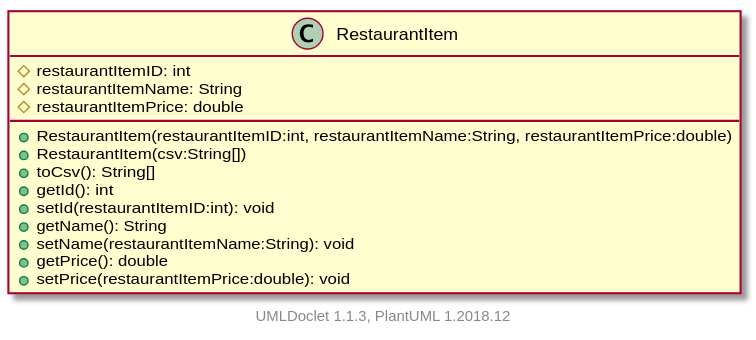
itachi1706/How-to-use-Git-NTUSCSE1819-Site keeps this PlantUML diagram as projects/oodp/html/umlversion/uml/sg.edu.ntu.scse.cz2002.objects.restaurantItem.RestaurantItem.svg. Above is the earlier version.
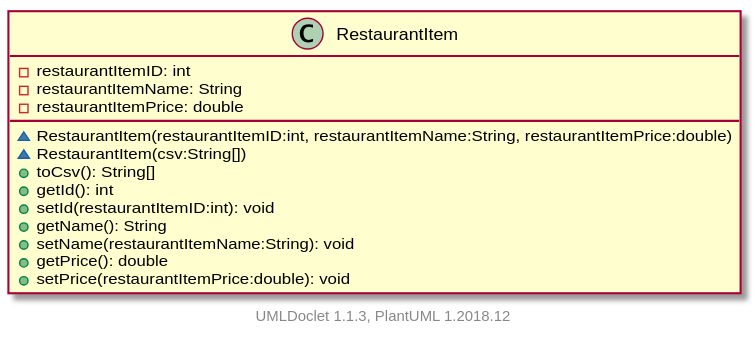
The same file after the commit.

Diff of the diagram source:
```diff
@@ -1,11 +1,11 @@
 @startuml
 
     class RestaurantItem [[../sg/edu/ntu/scse/cz2002/objects/restaurantItem/RestaurantItem.html]] {
-        #restaurantItemID: int
-        #restaurantItemName: String
-        #restaurantItemPrice: double
-        +RestaurantItem(restaurantItemID:int, restaurantItemName:String, restaurantItemPrice:double)
-        +RestaurantItem(csv:String[])
+        -restaurantItemID: int
+        -restaurantItemName: String
+        -restaurantItemPrice: double
+        ~RestaurantItem(restaurantItemID:int, restaurantItemName:String, restaurantItemPrice:double)
+        ~RestaurantItem(csv:String[])
         +toCsv(): String[]
         +getId(): int
         +setId(restaurantItemID:int): void
```
